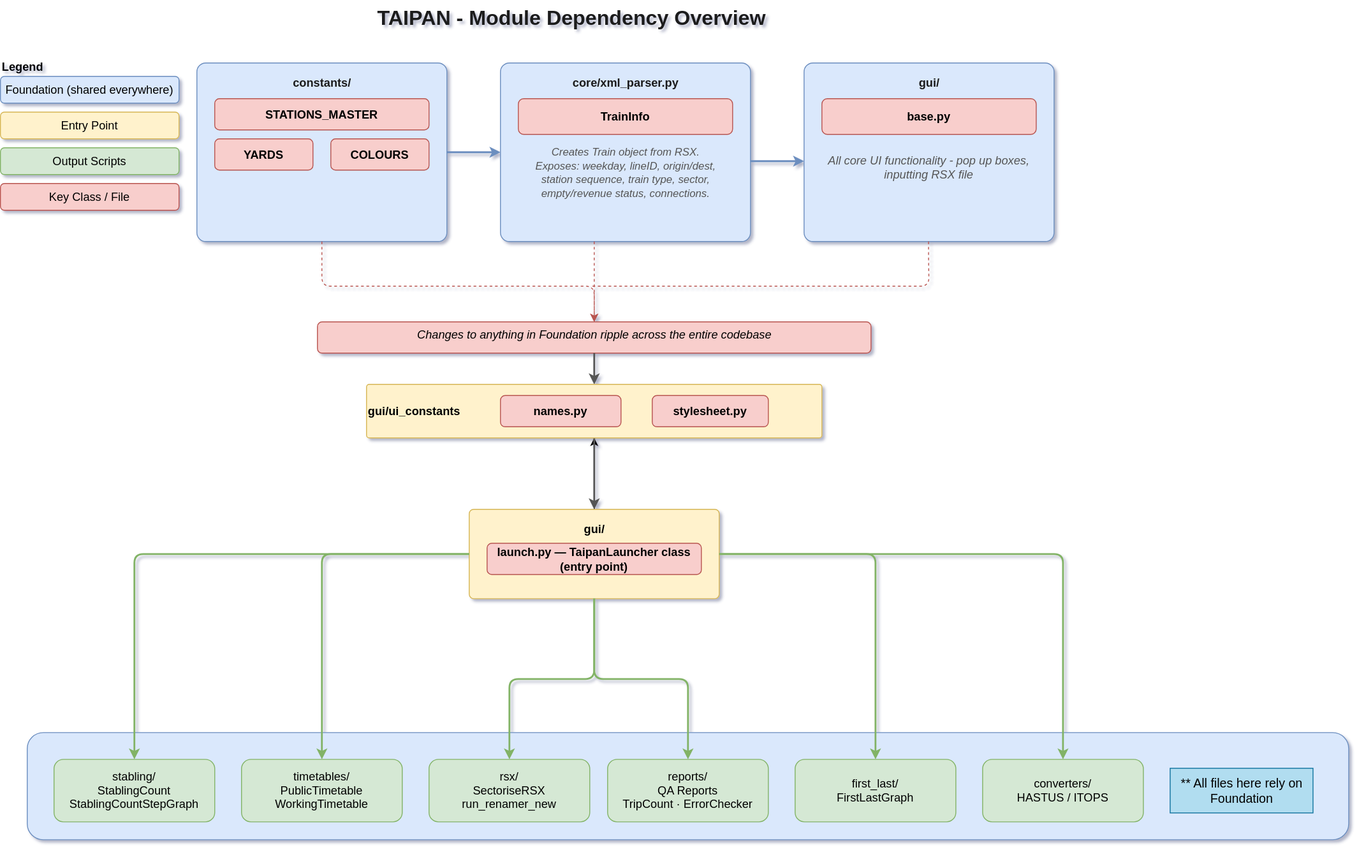
MTPTeam/Python_TTSummary keeps this draw.io diagram as taipan-diagram.drawio.svg. Above is the earlier version. Source tidied: cells renumbered, new cells last; positions are measured from the earlier drawing's top-left corner, leaving out a move shared by most shapes.
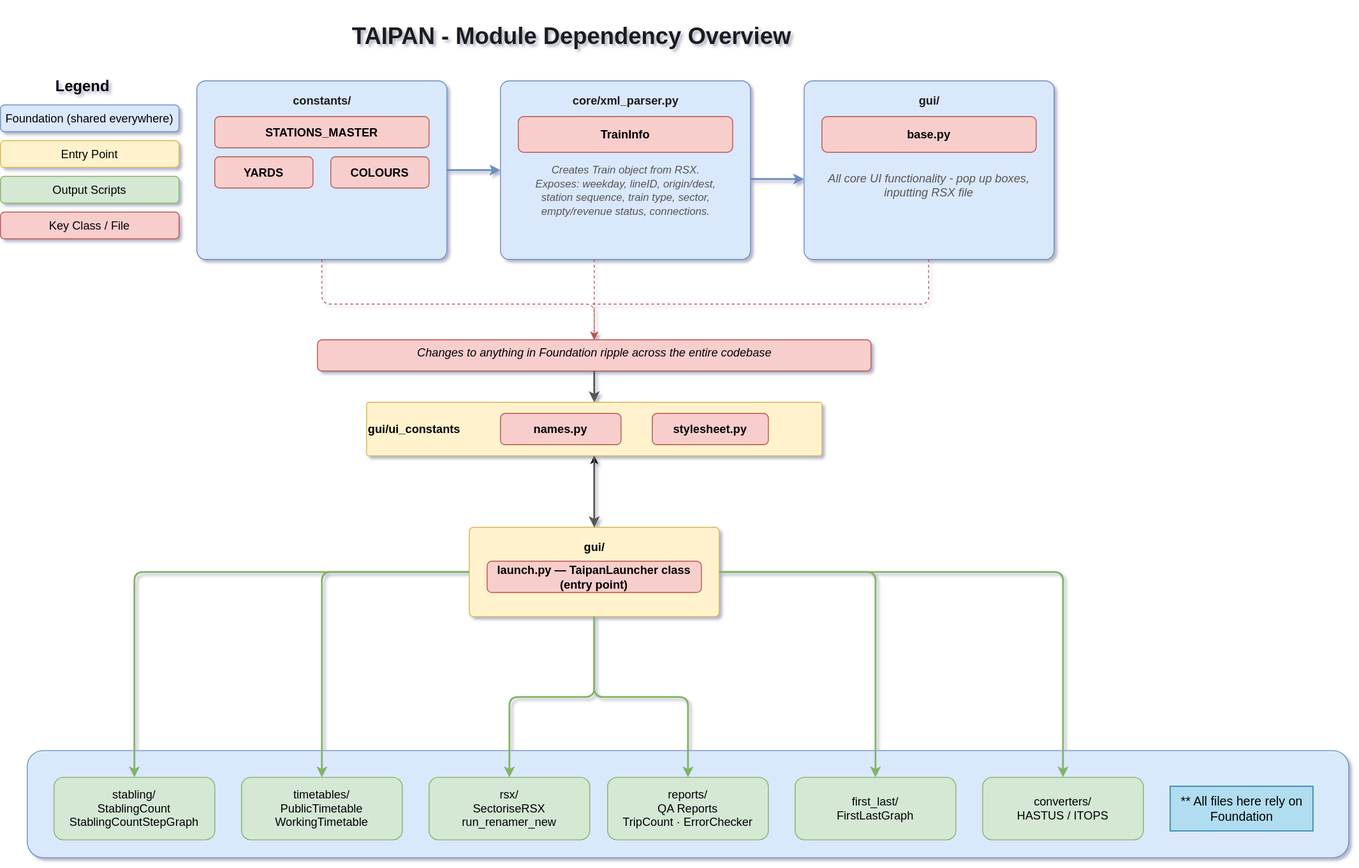
After the change.

Commit message:
font size

The edit, as a diff of the source:
```diff
@@ -5,23 +5,23 @@
     <mxCell id="2" style="rounded=1;whiteSpace=wrap;html=1;fillColor=#dae8fc;strokeColor=#6c8ebf;fontSize=13;" parent="1" vertex="1">
       <mxGeometry x="30" y="820" width="1480" height="120" as="geometry" />
     </mxCell>
-    <mxCell id="3" value="&lt;font style=&quot;font-size: 23px;&quot;&gt;TAIPAN - Module Dependency Overview&lt;/font&gt;" style="text;html=1;strokeColor=none;fillColor=none;align=center;verticalAlign=middle;whiteSpace=wrap;rounded=0;fontSize=17;fontStyle=1;fontColor=#1a1a1a;shadow=0;glass=0;" parent="1" vertex="1">
-      <mxGeometry x="240" width="800" height="40" as="geometry" />
+    <mxCell id="3" value="&lt;font&gt;TAIPAN - Module Dependency Overview&lt;/font&gt;" style="text;html=1;strokeColor=none;fillColor=none;align=center;verticalAlign=middle;whiteSpace=wrap;rounded=0;fontSize=26;fontStyle=1;fontColor=#1a1a1a;shadow=0;glass=0;" parent="1" vertex="1">
+      <mxGeometry x="240" y="-20" width="800" height="80" as="geometry" />
     </mxCell>
-    <mxCell id="4" value="Legend" style="text;html=1;strokeColor=none;fillColor=none;align=left;fontStyle=1;fontSize=13;" parent="1" vertex="1">
-      <mxGeometry y="60" width="80" height="20" as="geometry" />
+    <mxCell id="4" value="Legend" style="text;html=1;strokeColor=none;fillColor=none;align=left;fontStyle=1;fontSize=17;" parent="1" vertex="1">
+      <mxGeometry x="60" y="60" width="80" height="30" as="geometry" />
     </mxCell>
     <mxCell id="5" value="Foundation (shared everywhere)" style="rounded=1;whiteSpace=wrap;html=1;fillColor=#dae8fc;strokeColor=#6c8ebf;fontSize=13;" parent="1" vertex="1">
-      <mxGeometry y="85" width="200" height="30" as="geometry" />
+      <mxGeometry y="97" width="200" height="30" as="geometry" />
     </mxCell>
     <mxCell id="6" value="Entry Point" style="rounded=1;whiteSpace=wrap;html=1;fillColor=#fff2cc;strokeColor=#d6b656;fontSize=13;" parent="1" vertex="1">
-      <mxGeometry y="125" width="200" height="30" as="geometry" />
+      <mxGeometry y="137" width="200" height="30" as="geometry" />
     </mxCell>
     <mxCell id="7" value="Output Scripts" style="rounded=1;whiteSpace=wrap;html=1;fillColor=#d5e8d4;strokeColor=#82b366;fontSize=13;" parent="1" vertex="1">
-      <mxGeometry y="165" width="200" height="30" as="geometry" />
+      <mxGeometry y="177" width="200" height="30" as="geometry" />
     </mxCell>
     <mxCell id="8" value="Key Class / File" style="rounded=1;whiteSpace=wrap;html=1;fillColor=#f8cecc;strokeColor=#b85450;fontSize=13;" parent="1" vertex="1">
-      <mxGeometry y="205" width="200" height="30" as="geometry" />
+      <mxGeometry y="217" width="200" height="30" as="geometry" />
     </mxCell>
     <mxCell id="9" style="rounded=1;whiteSpace=wrap;html=1;fillColor=#dae8fc;strokeColor=#6c8ebf;fontSize=13;verticalAlign=top;arcSize=5;" parent="1" vertex="1">
       <mxGeometry x="220" y="70" width="280" height="200" as="geometry" />
```
